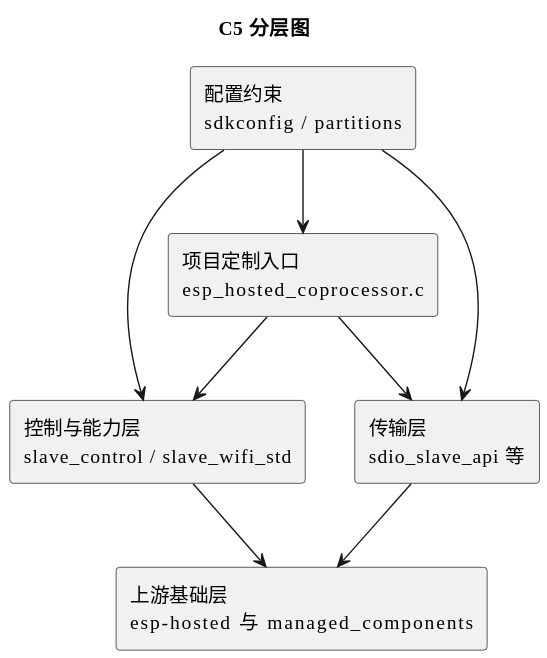
This is docs/diagrams/rendered/c5-hosted-layering.svg from B0weny-qwq/SunrayNext-FlyControl-Helper, a PlantUML export, as it was before one commit.
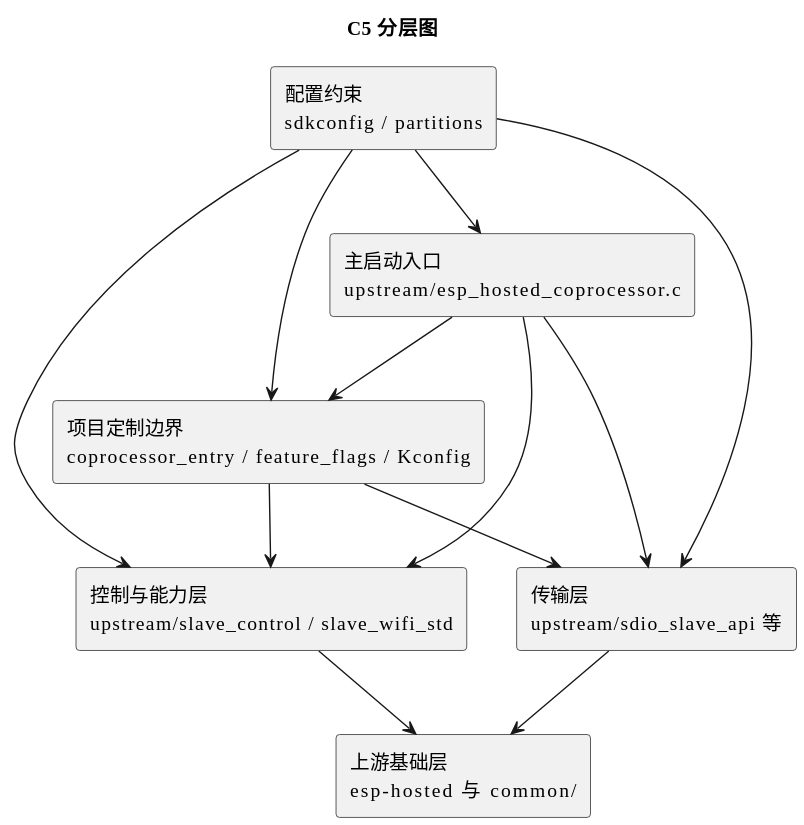
The same diagram one commit later.

The edit, as a diff of the source:
```diff
@@ -2,17 +2,22 @@
 title C5 分层图
 !include _theme.iuml
 
-rectangle "项目定制入口\nesp_hosted_coprocessor.c" as Entry
-rectangle "控制与能力层\nslave_control / slave_wifi_std" as Control
-rectangle "传输层\nsdio_slave_api 等" as Transport
-rectangle "上游基础层\nesp-hosted 与 managed_components" as Upstream
+rectangle "主启动入口\nupstream/esp_hosted_coprocessor.c" as Entry
+rectangle "项目定制边界\ncoprocessor_entry / feature_flags / Kconfig" as Product
+rectangle "控制与能力层\nupstream/slave_control / slave_wifi_std" as Control
+rectangle "传输层\nupstream/sdio_slave_api 等" as Transport
+rectangle "上游基础层\nesp-hosted 与 common/" as Upstream
 rectangle "配置约束\nsdkconfig / partitions" as Config
 
+Entry --> Product
 Entry --> Control
 Entry --> Transport
+Product --> Control
+Product --> Transport
 Control --> Upstream
 Transport --> Upstream
 Config --> Entry
+Config --> Product
 Config --> Control
 Config --> Transport
 @enduml
```
